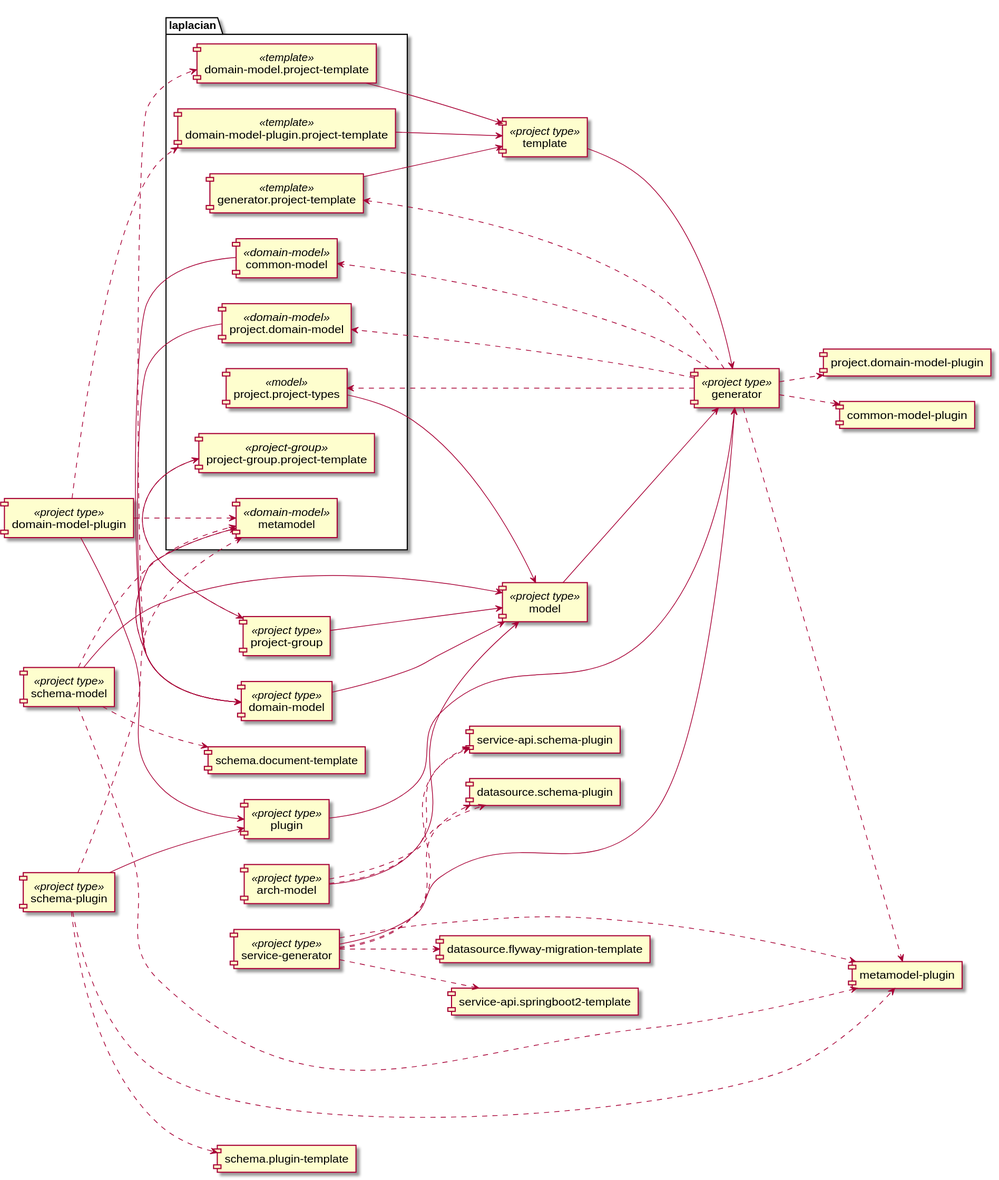
Before: doc/image/project-dependency-graph.svg, a diagram exported from PlantUML (laplacian-core/projects).
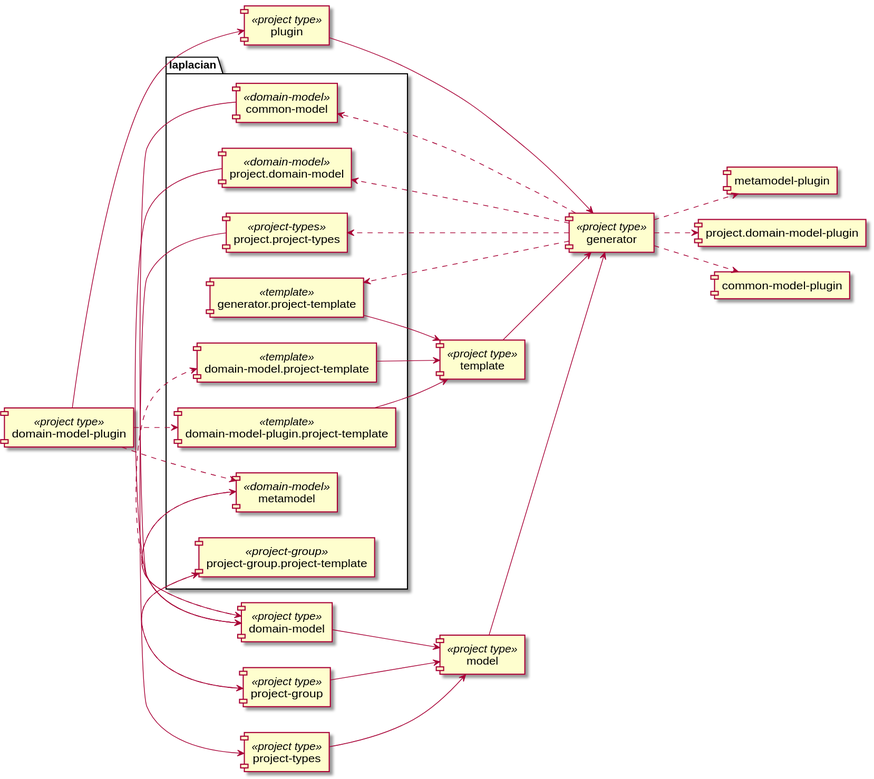
The same diagram one commit later.

Commit message:
update project-types' project's type

Change to the diagram source:
```diff
@@ -1,28 +1,22 @@
 @startuml
 left to right direction
 
-[arch-model] <<project type>>
 [domain-model-plugin] <<project type>>
 [domain-model] <<project type>>
 [generator] <<project type>>
 [model] <<project type>>
 [plugin] <<project type>>
 [project-group] <<project type>>
-[schema-model] <<project type>>
-[schema-plugin] <<project type>>
-[service-generator] <<project type>>
+[project-types] <<project type>>
 [template] <<project type>>
 
 
-[arch-model] --> [model]
 [domain-model-plugin] --> [plugin]
 [domain-model] --> [model]
 [model] --> [generator]
 [plugin] --> [generator]
 [project-group] --> [model]
-[schema-model] --> [model]
-[schema-plugin] --> [plugin]
-[service-generator] --> [generator]
+[project-types] --> [model]
 [template] --> [generator]
 
 
@@ -41,14 +35,11 @@
   [project-group.project-template] --> [project-group]
   [project.domain-model] <<domain-model>>
   [project.domain-model] --> [domain-model]
-  [project.project-types] <<model>>
-  [project.project-types] --> [model]
+  [project.project-types] <<project-types>>
+  [project.project-types] --> [project-types]
 }
 
 
-
-  [arch-model] ..> [datasource.schema-plugin]
-  [arch-model] ..> [service-api.schema-plugin]
 
   [domain-model-plugin] ..> [metamodel]
   [domain-model-plugin] ..> [domain-model-plugin.project-template]
@@ -68,19 +59,6 @@
 
   [project-group] ..> [project-group.project-template]
 
-  [schema-model] ..> [metamodel]
-  [schema-model] ..> [schema.document-template]
-  [schema-model] ..> [metamodel-plugin]
-
-  [schema-plugin] ..> [metamodel]
-  [schema-plugin] ..> [schema.plugin-template]
-  [schema-plugin] ..> [metamodel-plugin]
-
-  [service-generator] ..> [datasource.flyway-migration-template]
-  [service-generator] ..> [service-api.springboot2-template]
-  [service-generator] ..> [metamodel-plugin]
-  [service-generator] ..> [datasource.schema-plugin]
-  [service-generator] ..> [service-api.schema-plugin]
 
 
 
```
